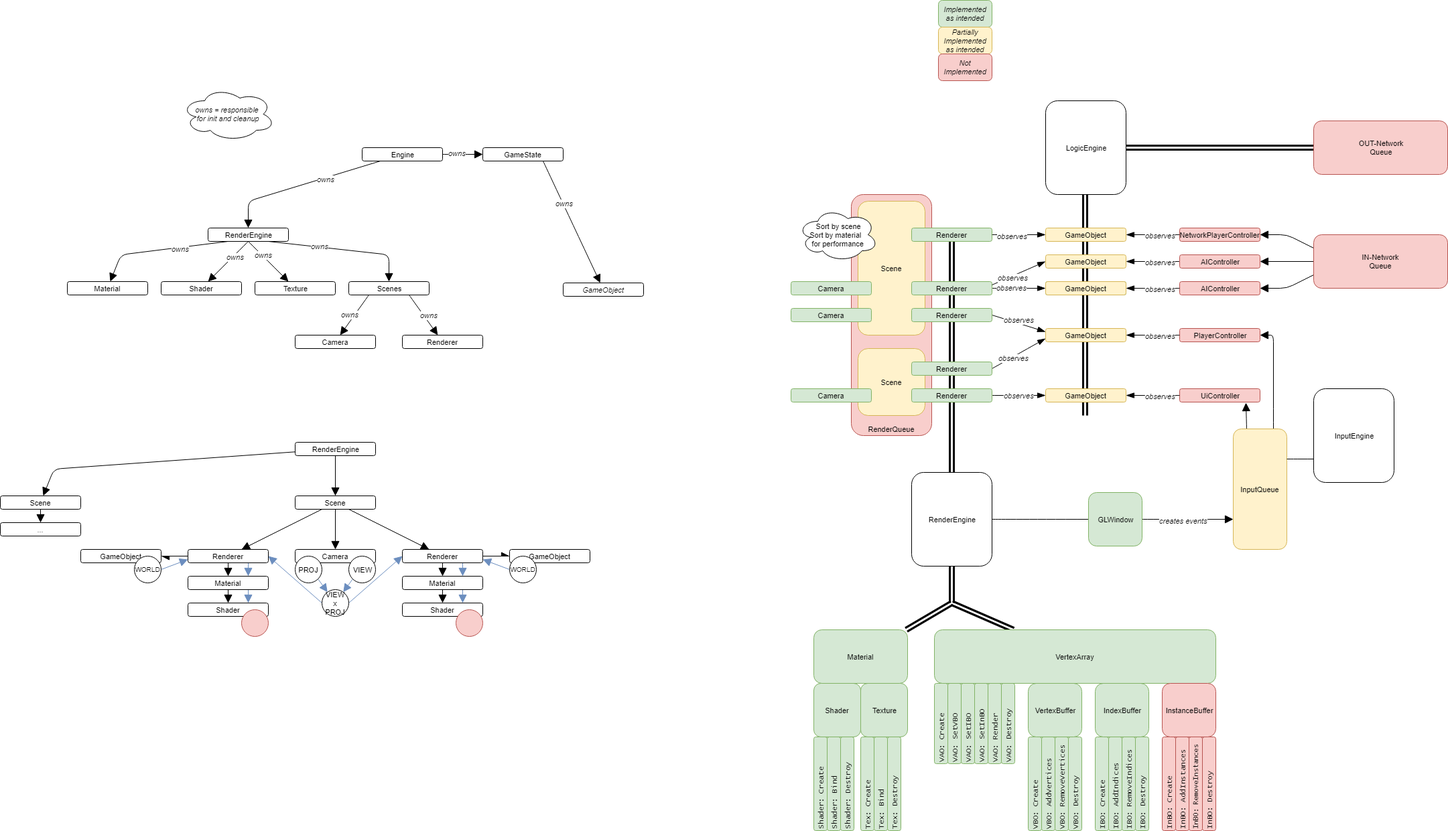
This is Engine Architecture.png from n4n0lix/kerosene, a draw.io export, as it was before one commit. Source tidied: cells renumbered, new cells last; positions are measured from the earlier drawing's top-left corner, leaving out a move shared by most shapes.
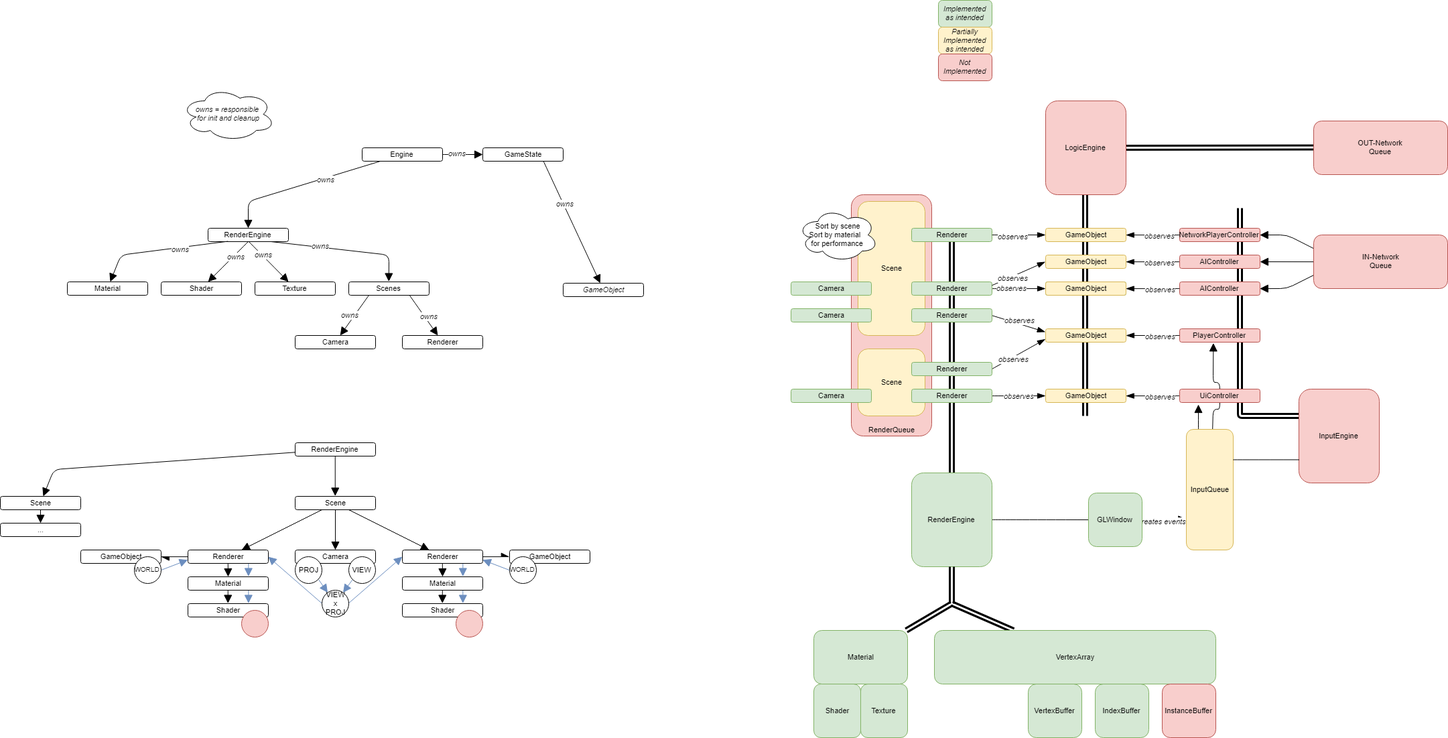
After the commit.

Change to the diagram source:
```diff
@@ -2,6 +2,15 @@
   <root>
     <mxCell id="0" />
     <mxCell id="1" parent="0" />
+    <mxCell id="177" style="edgeStyle=none;curved=1;jumpSize=6;html=1;startArrow=none;startFill=0;endArrow=none;endFill=0;jettySize=auto;orthogonalLoop=1;strokeColor=#000000;strokeWidth=3;fontFamily=Helvetica;fontSize=11;fontColor=#000000;shape=link;" parent="1" edge="1">
+      <mxGeometry relative="1" as="geometry">
+        <mxPoint x="1950" y="620" as="sourcePoint" />
+        <mxPoint x="1850" y="310" as="targetPoint" />
+        <Array as="points">
+          <mxPoint x="1850" y="620" />
+        </Array>
+      </mxGeometry>
+    </mxCell>
     <mxCell id="2" style="edgeStyle=none;curved=1;jumpSize=6;html=1;exitX=0.75;exitY=0;startArrow=none;startFill=0;endArrow=none;endFill=0;jettySize=auto;strokeColor=#000000;strokeWidth=3;fontFamily=Helvetica;fontSize=11;fontColor=#000000;shape=link;entryX=0;entryY=0.5;" parent="1" edge="1" target="173">
       <mxGeometry relative="1" as="geometry">
         <mxPoint x="1619" y="620" as="sourcePoint" />
@@ -22,84 +31,12 @@
     <mxCell id="5" value="Scene" style="rounded=1;whiteSpace=wrap;html=1;strokeColor=#d6b656;fillColor=#fff2cc;fontFamily=Helvetica;fontSize=11;fontColor=#000000;align=center;" parent="1" vertex="1">
       <mxGeometry x="1280" y="520" width="100" height="100" as="geometry" />
     </mxCell>
-    <mxCell id="6" value="Shader: Bind" style="rounded=1;whiteSpace=wrap;html=1;strokeColor=#82b366;fillColor=#d5e8d4;fontFamily=Lucida Console;fontSize=11;fontColor=#000000;align=left;horizontal=0;" parent="1" vertex="1">
-      <mxGeometry x="1234" y="1100" width="20" height="140" as="geometry" />
-    </mxCell>
-    <mxCell id="7" value="Shader: Create" style="rounded=1;whiteSpace=wrap;html=1;strokeColor=#82b366;fillColor=#d5e8d4;fontFamily=Lucida Console;fontSize=11;fontColor=#000000;align=left;horizontal=0;" parent="1" vertex="1">
-      <mxGeometry x="1214" y="1100" width="20" height="140" as="geometry" />
-    </mxCell>
-    <mxCell id="8" value="Shader: Destroy" style="rounded=1;whiteSpace=wrap;html=1;strokeColor=#82b366;fillColor=#d5e8d4;fontFamily=Lucida Console;fontSize=11;fontColor=#000000;align=left;horizontal=0;" parent="1" vertex="1">
-      <mxGeometry x="1254" y="1100" width="20" height="140" as="geometry" />
-    </mxCell>
-    <mxCell id="9" value="Tex: Bind" style="rounded=1;whiteSpace=wrap;html=1;strokeColor=#82b366;fillColor=#d5e8d4;fontFamily=Lucida Console;fontSize=11;fontColor=#000000;align=left;horizontal=0;" parent="1" vertex="1">
-      <mxGeometry x="1304" y="1100" width="20" height="140" as="geometry" />
-    </mxCell>
-    <mxCell id="10" value="Tex: Create" style="rounded=1;whiteSpace=wrap;html=1;strokeColor=#82b366;fillColor=#d5e8d4;fontFamily=Lucida Console;fontSize=11;fontColor=#000000;align=left;horizontal=0;" parent="1" vertex="1">
-      <mxGeometry x="1284" y="1100" width="20" height="140" as="geometry" />
-    </mxCell>
-    <mxCell id="11" value="Tex: Destroy" style="rounded=1;whiteSpace=wrap;html=1;strokeColor=#82b366;fillColor=#d5e8d4;fontFamily=Lucida Console;fontSize=11;fontColor=#000000;align=left;horizontal=0;" parent="1" vertex="1">
-      <mxGeometry x="1324" y="1100" width="20" height="140" as="geometry" />
-    </mxCell>
-    <mxCell id="12" value="VBO: Create" style="rounded=1;whiteSpace=wrap;html=1;strokeColor=#82b366;fillColor=#d5e8d4;fontFamily=Lucida Console;fontSize=11;fontColor=#000000;align=left;horizontal=0;" parent="1" vertex="1">
-      <mxGeometry x="1534" y="1100" width="20" height="140" as="geometry" />
-    </mxCell>
-    <mxCell id="13" value="VBO: Destroy" style="rounded=1;whiteSpace=wrap;html=1;strokeColor=#82b366;fillColor=#d5e8d4;fontFamily=Lucida Console;fontSize=11;fontColor=#000000;align=left;horizontal=0;" parent="1" vertex="1">
-      <mxGeometry x="1594" y="1100" width="20" height="140" as="geometry" />
-    </mxCell>
-    <mxCell id="14" value="VBO: AddVertices" style="rounded=1;whiteSpace=wrap;html=1;strokeColor=#82b366;fillColor=#d5e8d4;fontFamily=Lucida Console;fontSize=11;fontColor=#000000;align=left;horizontal=0;" parent="1" vertex="1">
-      <mxGeometry x="1554" y="1100" width="20" height="140" as="geometry" />
-    </mxCell>
-    <mxCell id="15" value="VBO: RemoveVertices" style="rounded=1;whiteSpace=wrap;html=1;strokeColor=#82b366;fillColor=#d5e8d4;fontFamily=Lucida Console;fontSize=11;fontColor=#000000;align=left;horizontal=0;" parent="1" vertex="1">
-      <mxGeometry x="1574" y="1100" width="20" height="140" as="geometry" />
-    </mxCell>
-    <mxCell id="16" value="IBO: Create" style="rounded=1;whiteSpace=wrap;html=1;strokeColor=#82b366;fillColor=#d5e8d4;fontFamily=Lucida Console;fontSize=11;fontColor=#000000;align=left;horizontal=0;" parent="1" vertex="1">
-      <mxGeometry x="1634" y="1100" width="20" height="140" as="geometry" />
-    </mxCell>
-    <mxCell id="17" value="IBO: Destroy" style="rounded=1;whiteSpace=wrap;html=1;strokeColor=#82b366;fillColor=#d5e8d4;fontFamily=Lucida Console;fontSize=11;fontColor=#000000;align=left;horizontal=0;" parent="1" vertex="1">
-      <mxGeometry x="1694" y="1100" width="20" height="140" as="geometry" />
-    </mxCell>
-    <mxCell id="18" value="IBO: AddIndices" style="rounded=1;whiteSpace=wrap;html=1;strokeColor=#82b366;fillColor=#d5e8d4;fontFamily=Lucida Console;fontSize=11;fontColor=#000000;align=left;horizontal=0;" parent="1" vertex="1">
-      <mxGeometry x="1654" y="1100" width="20" height="140" as="geometry" />
-    </mxCell>
-    <mxCell id="19" value="IBO: RemoveIndices" style="rounded=1;whiteSpace=wrap;html=1;strokeColor=#82b366;fillColor=#d5e8d4;fontFamily=Lucida Console;fontSize=11;fontColor=#000000;align=left;horizontal=0;" parent="1" vertex="1">
-      <mxGeometry x="1674" y="1100" width="20" height="140" as="geometry" />
-    </mxCell>
-    <mxCell id="20" value="InBO: Create" style="rounded=1;whiteSpace=wrap;html=1;strokeColor=#b85450;fillColor=#f8cecc;fontFamily=Lucida Console;fontSize=11;fontColor=#000000;align=left;horizontal=0;" parent="1" vertex="1">
-      <mxGeometry x="1734" y="1100" width="20" height="140" as="geometry" />
-    </mxCell>
-    <mxCell id="21" value="InBO: Destroy" style="rounded=1;whiteSpace=wrap;html=1;strokeColor=#b85450;fillColor=#f8cecc;fontFamily=Lucida Console;fontSize=11;fontColor=#000000;align=left;horizontal=0;" parent="1" vertex="1">
-      <mxGeometry x="1794" y="1100" width="20" height="140" as="geometry" />
-    </mxCell>
-    <mxCell id="22" value="InBO: AddInstances" style="rounded=1;whiteSpace=wrap;html=1;strokeColor=#b85450;fillColor=#f8cecc;fontFamily=Lucida Console;fontSize=11;fontColor=#000000;align=left;horizontal=0;" parent="1" vertex="1">
-      <mxGeometry x="1754" y="1100" width="20" height="140" as="geometry" />
-    </mxCell>
-    <mxCell id="23" value="InBO: RemoveInstances" style="rounded=1;whiteSpace=wrap;html=1;strokeColor=#b85450;fillColor=#f8cecc;fontFamily=Lucida Console;fontSize=10;fontColor=#000000;align=left;horizontal=0;" parent="1" vertex="1">
-      <mxGeometry x="1774" y="1100" width="20" height="140" as="geometry" />
-    </mxCell>
     <mxCell id="24" value="Shader" style="rounded=1;whiteSpace=wrap;html=1;strokeColor=#82b366;fillColor=#d5e8d4;fontFamily=Helvetica;fontSize=11;fontColor=#000000;align=center;" parent="1" vertex="1">
       <mxGeometry x="1214" y="1020" width="70" height="80" as="geometry" />
     </mxCell>
     <mxCell id="25" value="Texture" style="rounded=1;whiteSpace=wrap;html=1;strokeColor=#82b366;fillColor=#d5e8d4;fontFamily=Helvetica;fontSize=11;fontColor=#000000;align=center;" parent="1" vertex="1">
       <mxGeometry x="1284" y="1020" width="70" height="80" as="geometry" />
     </mxCell>
-    <mxCell id="26" value="VAO: SetInBO" style="rounded=1;whiteSpace=wrap;html=1;strokeColor=#82b366;fillColor=#d5e8d4;fontFamily=Lucida Console;fontSize=11;fontColor=#000000;align=left;horizontal=0;" parent="1" vertex="1">
-      <mxGeometry x="1454" y="1020" width="20" height="120" as="geometry" />
-    </mxCell>
-    <mxCell id="27" value="VAO: Create" style="rounded=1;strokeColor=#82b366;fillColor=#d5e8d4;fontFamily=Lucida Console;fontSize=11;fontColor=#000000;align=left;whiteSpace=wrap;html=1;horizontal=0;" parent="1" vertex="1">
-      <mxGeometry x="1394" y="1020" width="20" height="120" as="geometry" />
-    </mxCell>
-    <mxCell id="28" value="VAO: Destroy" style="rounded=1;whiteSpace=wrap;html=1;strokeColor=#82b366;fillColor=#d5e8d4;fontFamily=Lucida Console;fontSize=11;fontColor=#000000;align=left;horizontal=0;" parent="1" vertex="1">
-      <mxGeometry x="1494" y="1020" width="20" height="120" as="geometry" />
-    </mxCell>
-    <mxCell id="29" value="VAO: SetVBO" style="rounded=1;whiteSpace=wrap;html=1;strokeColor=#82b366;fillColor=#d5e8d4;fontFamily=Lucida Console;fontSize=11;fontColor=#000000;align=left;horizontal=0;" parent="1" vertex="1">
-      <mxGeometry x="1414" y="1020" width="20" height="120" as="geometry" />
-    </mxCell>
-    <mxCell id="30" value="VAO: SetIBO" style="rounded=1;whiteSpace=wrap;html=1;strokeColor=#82b366;fillColor=#d5e8d4;fontFamily=Lucida Console;fontSize=11;fontColor=#000000;align=left;horizontal=0;" parent="1" vertex="1">
-      <mxGeometry x="1434" y="1020" width="20" height="120" as="geometry" />
-    </mxCell>
-    <mxCell id="31" value="VAO: Render" style="rounded=1;whiteSpace=wrap;html=1;strokeColor=#82b366;fillColor=#d5e8d4;fontFamily=Lucida Console;fontSize=11;fontColor=#000000;align=left;horizontal=0;" parent="1" vertex="1">
-      <mxGeometry x="1474" y="1020" width="20" height="120" as="geometry" />
-    </mxCell>
     <mxCell id="32" value="VertexBuffer" style="rounded=1;whiteSpace=wrap;html=1;strokeColor=#82b366;fillColor=#d5e8d4;fontFamily=Helvetica;fontSize=11;fontColor=#000000;align=center;" parent="1" vertex="1">
       <mxGeometry x="1534" y="1020" width="80" height="80" as="geometry" />
     </mxCell>
@@ -182,28 +119,29 @@
     <mxCell id="57" style="edgeStyle=none;curved=1;jumpSize=6;html=1;exitX=1;exitY=0.5;startArrow=none;startFill=0;endArrow=none;endFill=0;jettySize=auto;strokeColor=#000000;strokeWidth=1;fontFamily=Helvetica;fontSize=11;fontColor=#000000;" parent="1" edge="1" source="171" target="67">
       <mxGeometry relative="1" as="geometry" />
     </mxCell>
-    <mxCell id="58" value="UiController" style="rounded=1;whiteSpace=wrap;html=1;strokeColor=#b85450;fillColor=#f8cecc;fontFamily=Helvetica;fontSize=11;fontColor=#000000;align=center;" parent="1" vertex="1">
-      <mxGeometry x="1760" y="580" width="120" height="20" as="geometry" />
-    </mxCell>
     <mxCell id="59" style="edgeStyle=none;curved=1;jumpSize=6;html=1;startArrow=none;startFill=0;startSize=10;endArrow=blockThin;endFill=1;endSize=10;jettySize=auto;strokeColor=#000000;strokeWidth=1;fontFamily=Helvetica;fontSize=11;fontColor=#000000;entryX=1;entryY=0.5;" parent="1" edge="1" source="58" target="37">
       <mxGeometry relative="1" as="geometry" />
     </mxCell>
     <mxCell id="60" value="&lt;i&gt;observes&lt;/i&gt;" style="text;html=1;align=center;verticalAlign=middle;labelBackgroundColor=#ffffff;fontSize=11;fontFamily=Helvetica;fontColor=#000000;" parent="59" vertex="1">
       <mxGeometry x="-0.28" y="1" relative="1" as="geometry" />
     </mxCell>
-    <mxCell id="61" style="edgeStyle=none;curved=1;jumpSize=6;html=1;startArrow=none;startFill=0;startSize=10;endArrow=block;endFill=1;endSize=10;jettySize=auto;strokeColor=#000000;strokeWidth=1;fontFamily=Helvetica;fontSize=11;fontColor=#000000;entryX=0.825;entryY=1.05;entryPerimeter=0;exitX=0.25;exitY=0;" parent="1" edge="1" source="63" target="58">
-      <mxGeometry relative="1" as="geometry" />
+    <mxCell id="61" style="edgeStyle=none;curved=1;jumpSize=6;html=1;startArrow=none;startFill=0;startSize=10;endArrow=block;endFill=1;endSize=10;jettySize=auto;strokeColor=#000000;strokeWidth=1;fontFamily=Helvetica;fontSize=11;fontColor=#000000;exitX=0.25;exitY=0;" parent="1" edge="1" source="63">
+      <mxGeometry relative="1" as="geometry">
+        <mxPoint x="1788" y="603" as="targetPoint" />
+      </mxGeometry>
     </mxCell>
-    <mxCell id="62" style="edgeStyle=none;rounded=1;jumpSize=6;html=1;exitX=0.75;exitY=0;startArrow=none;startFill=0;endArrow=block;endFill=1;endSize=10;jettySize=auto;strokeColor=#000000;strokeWidth=1;fontFamily=Helvetica;fontSize=10;fontColor=#000000;entryX=1;entryY=0.5;" parent="1" edge="1" source="63" target="157">
+    <mxCell id="62" style="edgeStyle=none;rounded=1;jumpSize=6;html=1;startArrow=none;startFill=0;endArrow=block;endFill=1;endSize=10;jettySize=auto;strokeColor=#000000;strokeWidth=1;fontFamily=Helvetica;fontSize=10;fontColor=#000000;entryX=0.417;entryY=1.067;entryPerimeter=0;exitX=0.561;exitY=0.005;exitPerimeter=0;" parent="1" edge="1" source="63" target="157">
       <mxGeometry relative="1" as="geometry">
         <Array as="points">
-          <mxPoint x="1900" y="620" />
-          <mxPoint x="1900" y="500" />
+          <mxPoint x="1810" y="610" />
+          <mxPoint x="1820" y="610" />
+          <mxPoint x="1820" y="570" />
+          <mxPoint x="1810" y="570" />
         </Array>
       </mxGeometry>
     </mxCell>
     <mxCell id="63" value="InputQueue" style="rounded=1;whiteSpace=wrap;html=1;strokeColor=#d6b656;fillColor=#fff2cc;fontFamily=Helvetica;fontSize=11;fontColor=#000000;align=center;" parent="1" vertex="1">
-      <mxGeometry x="1840" y="640" width="80" height="180" as="geometry" />
+      <mxGeometry x="1770" y="640" width="70" height="180" as="geometry" />
     </mxCell>
     <mxCell id="64" style="edgeStyle=none;curved=1;jumpSize=6;html=1;startArrow=none;startFill=0;endArrow=none;endFill=0;jettySize=auto;strokeColor=#000000;strokeWidth=3;fontFamily=Helvetica;fontSize=11;fontColor=#000000;shape=link;" parent="1" edge="1" source="171">
       <mxGeometry relative="1" as="geometry">
@@ -219,12 +157,6 @@
     <mxCell id="67" value="GLWindow" style="rounded=1;whiteSpace=wrap;html=1;strokeColor=#82b366;fillColor=#d5e8d4;fontFamily=Helvetica;fontSize=11;fontColor=#000000;align=center;" parent="1" vertex="1">
       <mxGeometry x="1624" y="735" width="80" height="80" as="geometry" />
     </mxCell>
-    <mxCell id="68" style="edgeStyle=none;curved=1;jumpSize=6;html=1;exitX=0.25;exitY=0;entryX=0.25;entryY=0;startArrow=none;startFill=0;endArrow=block;endFill=1;endSize=10;jettySize=auto;orthogonalLoop=1;strokeColor=#000000;strokeWidth=1;fontFamily=Helvetica;fontSize=11;fontColor=#000000;" parent="1" edge="1" source="28" target="28">
-      <mxGeometry relative="1" as="geometry" />
-    </mxCell>
-    <mxCell id="69" style="edgeStyle=none;curved=1;jumpSize=6;html=1;exitX=0.75;exitY=0;entryX=0.75;entryY=0;startArrow=none;startFill=0;endArrow=block;endFill=1;endSize=10;jettySize=auto;orthogonalLoop=1;strokeColor=#000000;strokeWidth=1;fontFamily=Helvetica;fontSize=11;fontColor=#000000;horizontal=0;" parent="1" edge="1" source="7" target="7">
-      <mxGeometry relative="1" as="geometry" />
-    </mxCell>
     <mxCell id="70" style="edgeStyle=none;curved=1;jumpSize=6;html=1;startArrow=none;startFill=0;endArrow=none;endFill=0;jettySize=auto;strokeColor=#000000;strokeWidth=3;fontFamily=Helvetica;fontSize=11;fontColor=#000000;shape=link;" parent="1" edge="1" source="73">
       <mxGeometry relative="1" as="geometry">
         <mxPoint x="1420" y="900" as="targetPoint" />
@@ -567,7 +499,7 @@
     <mxCell id="170" value="&lt;i&gt;observes&lt;/i&gt;" style="text;html=1;align=center;verticalAlign=middle;labelBackgroundColor=#ffffff;fontSize=11;fontFamily=Helvetica;fontColor=#000000;" parent="169" vertex="1">
       <mxGeometry x="-0.28" y="1" relative="1" as="geometry" />
     </mxCell>
-    <mxCell id="171" value="RenderEngine" style="rounded=1;whiteSpace=wrap;html=1;strokeColor=#000000;fillColor=#ffffff;fontFamily=Helvetica;fontSize=11;fontColor=#000000;align=center;" parent="1" vertex="1">
+    <mxCell id="171" value="RenderEngine" style="rounded=1;whiteSpace=wrap;html=1;strokeColor=#82b366;fillColor=#d5e8d4;fontFamily=Helvetica;fontSize=11;fontColor=#000000;align=center;" parent="1" vertex="1">
       <mxGeometry x="1360" y="705" width="120" height="140" as="geometry" />
     </mxCell>
     <mxCell id="172" style="edgeStyle=none;curved=1;jumpSize=6;html=1;startArrow=none;startFill=0;endArrow=none;endFill=0;jettySize=auto;strokeColor=#000000;strokeWidth=3;fontFamily=Helvetica;fontSize=11;fontColor=#000000;shape=link;" parent="1" edge="1" target="171">
@@ -578,14 +510,17 @@
     <mxCell id="173" value="OUT-Network&lt;div&gt;Queue&lt;/div&gt;" style="rounded=1;whiteSpace=wrap;html=1;strokeColor=#b85450;fillColor=#f8cecc;fontFamily=Helvetica;fontSize=11;fontColor=#000000;align=center;" parent="1" vertex="1">
       <mxGeometry x="1960" y="180" width="200" height="80" as="geometry" />
     </mxCell>
-    <mxCell id="174" value="LogicEngine" style="rounded=1;whiteSpace=wrap;html=1;strokeColor=#000000;fillColor=#ffffff;fontFamily=Helvetica;fontSize=11;fontColor=#000000;align=center;" parent="1" vertex="1">
+    <mxCell id="174" value="LogicEngine" style="rounded=1;whiteSpace=wrap;html=1;strokeColor=#b85450;fillColor=#f8cecc;fontFamily=Helvetica;fontSize=11;fontColor=#000000;align=center;" parent="1" vertex="1">
       <mxGeometry x="1560" y="150" width="120" height="140" as="geometry" />
     </mxCell>
-    <mxCell id="175" value="InputEngine" style="rounded=1;whiteSpace=wrap;html=1;strokeColor=#000000;fillColor=#ffffff;fontFamily=Helvetica;fontSize=11;fontColor=#000000;align=center;" parent="1" vertex="1">
-      <mxGeometry x="1960" y="580" width="120" height="140" as="geometry" />
+    <mxCell id="175" value="InputEngine" style="rounded=1;whiteSpace=wrap;html=1;strokeColor=#b85450;fillColor=#f8cecc;fontFamily=Helvetica;fontSize=11;fontColor=#000000;align=center;" parent="1" vertex="1">
+      <mxGeometry x="1938" y="580" width="120" height="140" as="geometry" />
     </mxCell>
     <mxCell id="176" style="edgeStyle=none;curved=1;jumpSize=6;html=1;exitX=1;exitY=0.25;startArrow=none;startFill=0;endArrow=none;endFill=0;jettySize=auto;strokeColor=#000000;strokeWidth=1;fontFamily=Helvetica;fontSize=11;fontColor=#000000;entryX=0;entryY=0.75;" parent="1" edge="1" source="63" target="175">
       <mxGeometry relative="1" as="geometry" />
     </mxCell>
+    <mxCell id="58" value="UiController" style="rounded=1;whiteSpace=wrap;html=1;strokeColor=#b85450;fillColor=#f8cecc;fontFamily=Helvetica;fontSize=11;fontColor=#000000;align=center;" parent="1" vertex="1">
+      <mxGeometry x="1760" y="580" width="120" height="20" as="geometry" />
+    </mxCell>
   </root>
 </mxGraphModel>
```
